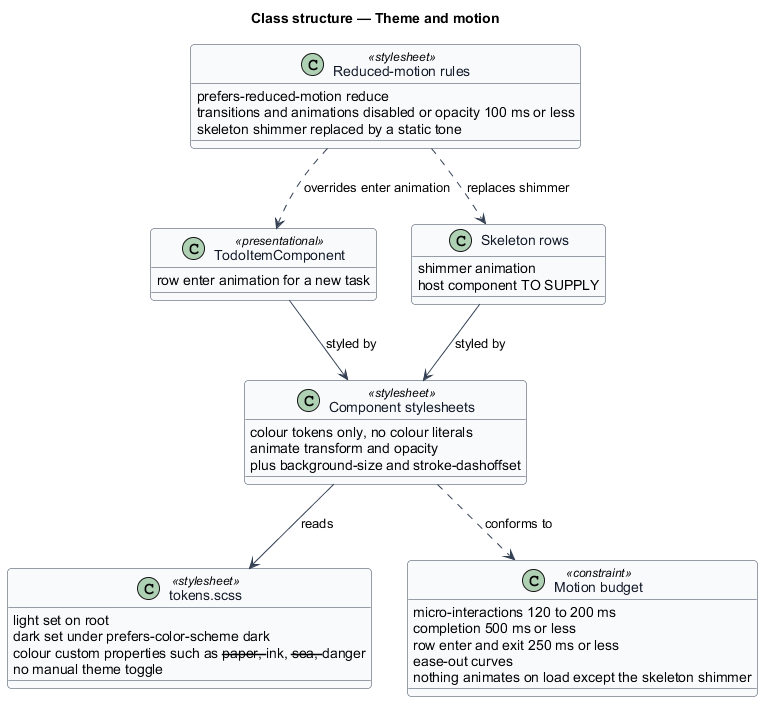
Earlier version of the PlantUML export docs/detailed-designs/interface/theme-and-motion/diagrams/class-structure.png (QuinntyneBrown/php-todo-lab).
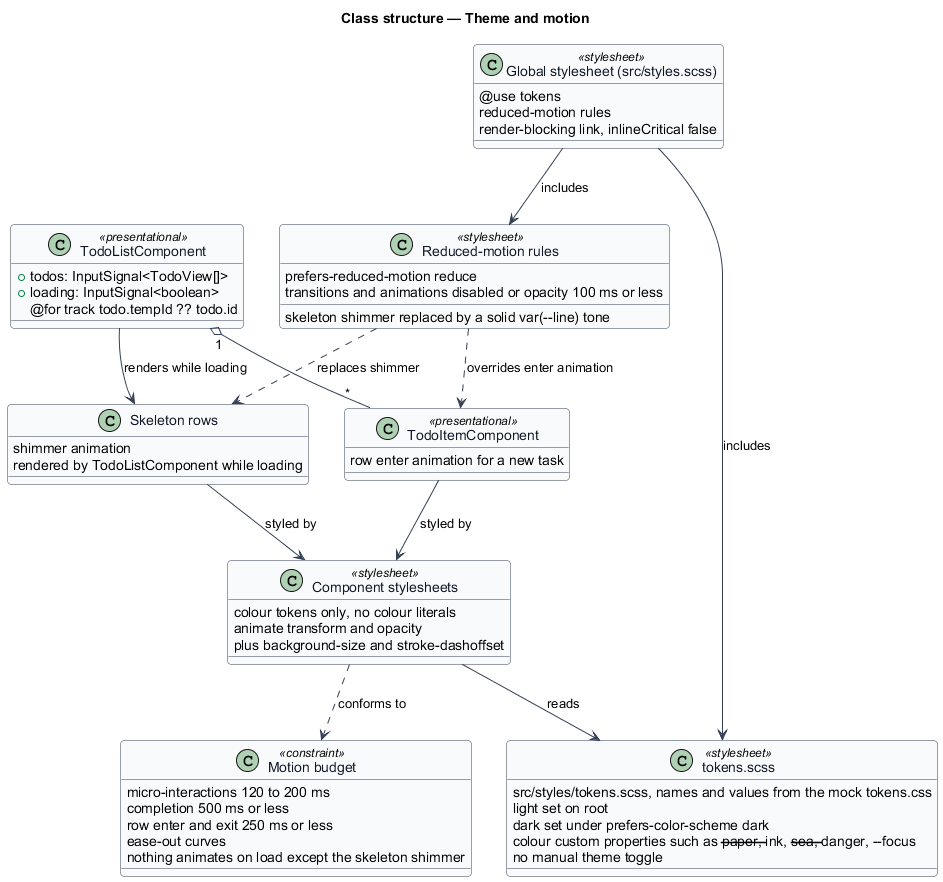
After the change.

The edit, as a diff of the source:
```diff
@@ -12,9 +12,10 @@
 title Class structure — Theme and motion
 
 class "tokens.scss" as Tokens <<stylesheet>> {
+  src/styles/tokens.scss, names and values from the mock tokens.css
   light set on root
   dark set under prefers-color-scheme dark
-  colour custom properties such as --paper, --ink, --sea, --danger
+  colour custom properties such as --paper, --ink, --sea, --danger, --focus
   no manual theme toggle
 }
 
@@ -35,7 +36,13 @@
 class "Reduced-motion rules" as Reduced <<stylesheet>> {
   prefers-reduced-motion reduce
   transitions and animations disabled or opacity 100 ms or less
-  skeleton shimmer replaced by a static tone
+  skeleton shimmer replaced by a solid var(--line) tone
+}
+
+class TodoListComponent <<presentational>> {
+  +todos: InputSignal<TodoView[]>
+  +loading: InputSignal<boolean>
+  @for track todo.tempId ?? todo.id
 }
 
 class TodoItemComponent <<presentational>> {
@@ -44,9 +51,19 @@
 
 class "Skeleton rows" as Skeleton {
   shimmer animation
-  host component TO SUPPLY
+  rendered by TodoListComponent while loading
 }
 
+class "Global stylesheet (src/styles.scss)" as Global <<stylesheet>> {
+  @use tokens
+  reduced-motion rules
+  render-blocking link, inlineCritical false
+}
+
+Global --> Tokens : includes
+Global --> Reduced : includes
+TodoListComponent "1" o-- "*" TodoItemComponent
+TodoListComponent --> Skeleton : renders while loading
 ComponentCss --> Tokens : reads
 ComponentCss ..> Budget : conforms to
 TodoItemComponent --> ComponentCss : styled by
```
